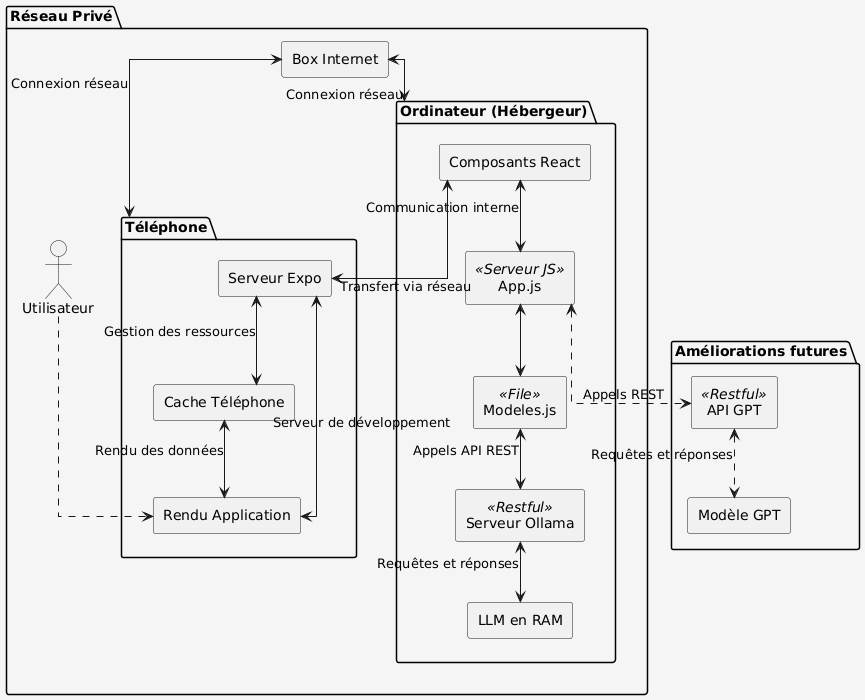
MathisAulagnier/VirtualCoach keeps this PlantUML diagram as Design/CommunicationComposants.png. Above is the earlier version.
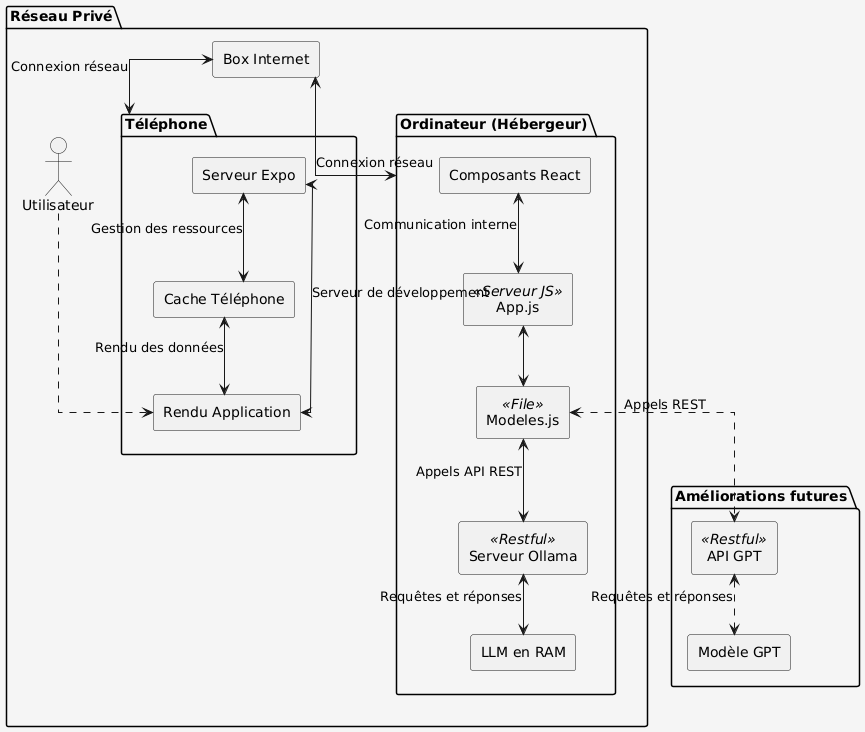
After the change.

Commit message:
Modif comme Serv

The edit, as a diff of the source:
```diff
@@ -37,7 +37,6 @@
 [Modeles.js] <--> [Serveur Ollama] : Appels API REST
 [Serveur Ollama] <--> [LLM en RAM] : Requêtes et réponses
 
-[Composants React] <--> [Serveur Expo] : Transfert via réseau
 [Serveur Expo] <--> [Cache Téléphone] : Gestion des ressources
 [Cache Téléphone] <--> [Rendu Application] : Rendu des données
 [Serveur Expo] <--> [Rendu Application] : Serveur de développement
@@ -45,6 +44,6 @@
 
 User ...> [Rendu Application]
 
-[App.js] <..> [API GPT] : Appels REST
+[Modeles.js] <..> [API GPT] : Appels REST
 [API GPT] <..> [Modèle GPT] : Requêtes et réponses
 @enduml
```
